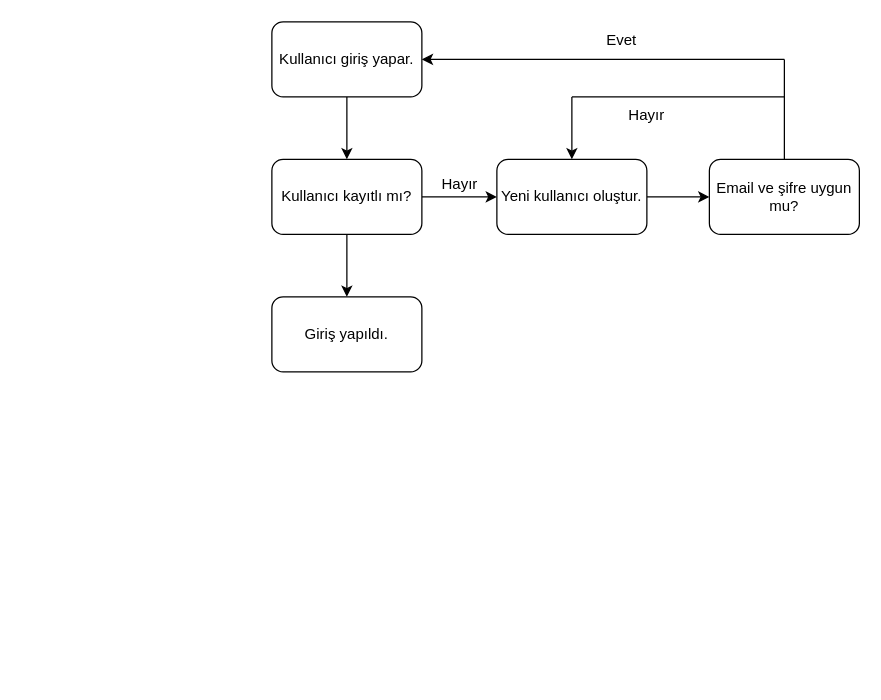
Earlier version of the draw.io diagram Untitled Diagram.drawio (utkucakirr/patika). Source tidied: cells renumbered, new cells numbered last; positions are measured from the earlier drawing's top-left corner, leaving out a move shared by most shapes. Both pictures are drawn from the tidied source at 125%, with x=0, y=0 at pixel (271, 21).
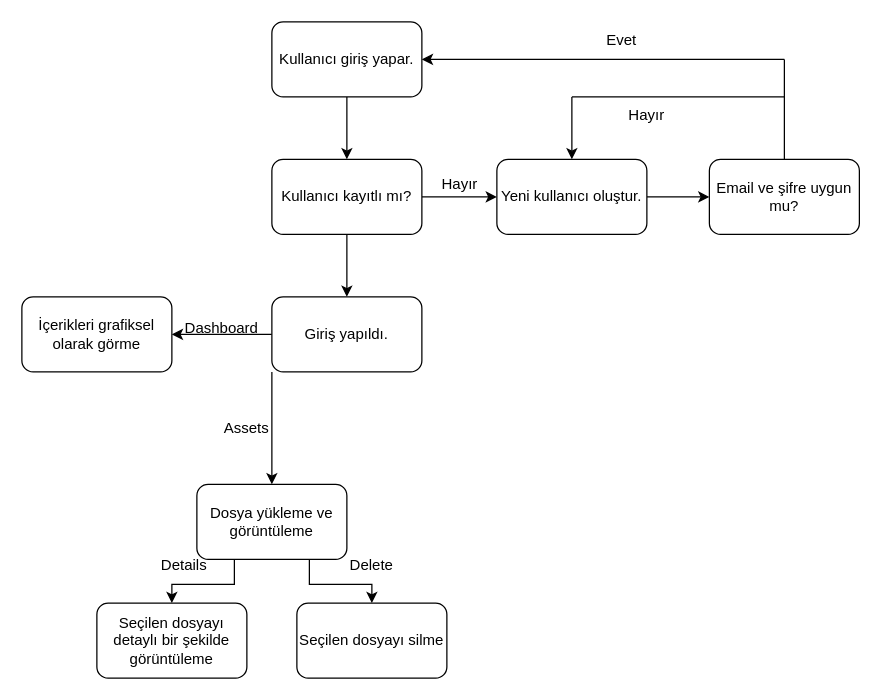
The same page after the edit.

The change refers to these unchanged cells:
```xml
<mxCell id="17" value="Giriş yapıldı." style="whiteSpace=wrap;html=1;rounded=1;" parent="1" vertex="1">
  <mxGeometry y="220" width="120" height="60" as="geometry" />
</mxCell>
```

What changed in the source:
```diff
@@
+    <mxCell id="18" style="edgeStyle=orthogonalEdgeStyle;rounded=0;jettySize=auto;html=1;" parent="1" edge="1" source="17" target="20">
+      <mxGeometry relative="1" as="geometry" />
+    </mxCell>
+    <mxCell id="19" style="edgeStyle=orthogonalEdgeStyle;rounded=0;jettySize=auto;html=1;exitX=0;exitY=1;exitDx=0;exitDy=0;entryX=0.5;entryY=0;entryDx=0;entryDy=0;" parent="1" edge="1" source="17" target="24">
+      <mxGeometry relative="1" as="geometry" />
+    </mxCell>
@@
+    <mxCell id="20" value="İçerikleri grafiksel olarak görme" style="whiteSpace=wrap;html=1;rounded=1;" parent="1" vertex="1">
+      <mxGeometry x="-200" y="220" width="120" height="60" as="geometry" />
+    </mxCell>
+    <mxCell id="21" value="Dashboard" style="text;html=1;strokeColor=none;fillColor=none;align=center;verticalAlign=middle;whiteSpace=wrap;rounded=0;" parent="1" vertex="1">
+      <mxGeometry x="-70" y="230" width="60" height="30" as="geometry" />
+    </mxCell>
+    <mxCell id="22" style="edgeStyle=orthogonalEdgeStyle;rounded=0;jettySize=auto;html=1;exitX=0.25;exitY=1;exitDx=0;exitDy=0;" parent="1" edge="1" source="24" target="26">
+      <mxGeometry relative="1" as="geometry" />
+    </mxCell>
+    <mxCell id="23" style="edgeStyle=orthogonalEdgeStyle;rounded=0;jettySize=auto;html=1;exitX=0.75;exitY=1;exitDx=0;exitDy=0;" parent="1" edge="1" source="24" target="28">
+      <mxGeometry relative="1" as="geometry" />
+    </mxCell>
+    <mxCell id="24" value="Dosya yükleme ve görüntüleme" style="whiteSpace=wrap;html=1;rounded=1;" parent="1" vertex="1">
+      <mxGeometry x="-60" y="370" width="120" height="60" as="geometry" />
+    </mxCell>
+    <mxCell id="25" value="Assets" style="text;html=1;strokeColor=none;fillColor=none;align=center;verticalAlign=middle;whiteSpace=wrap;rounded=0;rotation=0;" parent="1" vertex="1">
+      <mxGeometry x="-50" y="310" width="60" height="30" as="geometry" />
+    </mxCell>
+    <mxCell id="26" value="Seçilen dosyayı detaylı bir şekilde görüntüleme" style="rounded=1;whiteSpace=wrap;html=1;" parent="1" vertex="1">
+      <mxGeometry x="-140" y="465" width="120" height="60" as="geometry" />
+    </mxCell>
+    <mxCell id="27" value="Details" style="text;html=1;strokeColor=none;fillColor=none;align=center;verticalAlign=middle;whiteSpace=wrap;rounded=0;" parent="1" vertex="1">
+      <mxGeometry x="-100" y="420" width="60" height="30" as="geometry" />
+    </mxCell>
+    <mxCell id="28" value="Seçilen dosyayı silme" style="rounded=1;whiteSpace=wrap;html=1;" parent="1" vertex="1">
+      <mxGeometry x="20" y="465" width="120" height="60" as="geometry" />
+    </mxCell>
+    <mxCell id="29" value="Delete" style="text;html=1;strokeColor=none;fillColor=none;align=center;verticalAlign=middle;whiteSpace=wrap;rounded=0;" parent="1" vertex="1">
+      <mxGeometry x="50" y="420" width="60" height="30" as="geometry" />
+    </mxCell>
```
